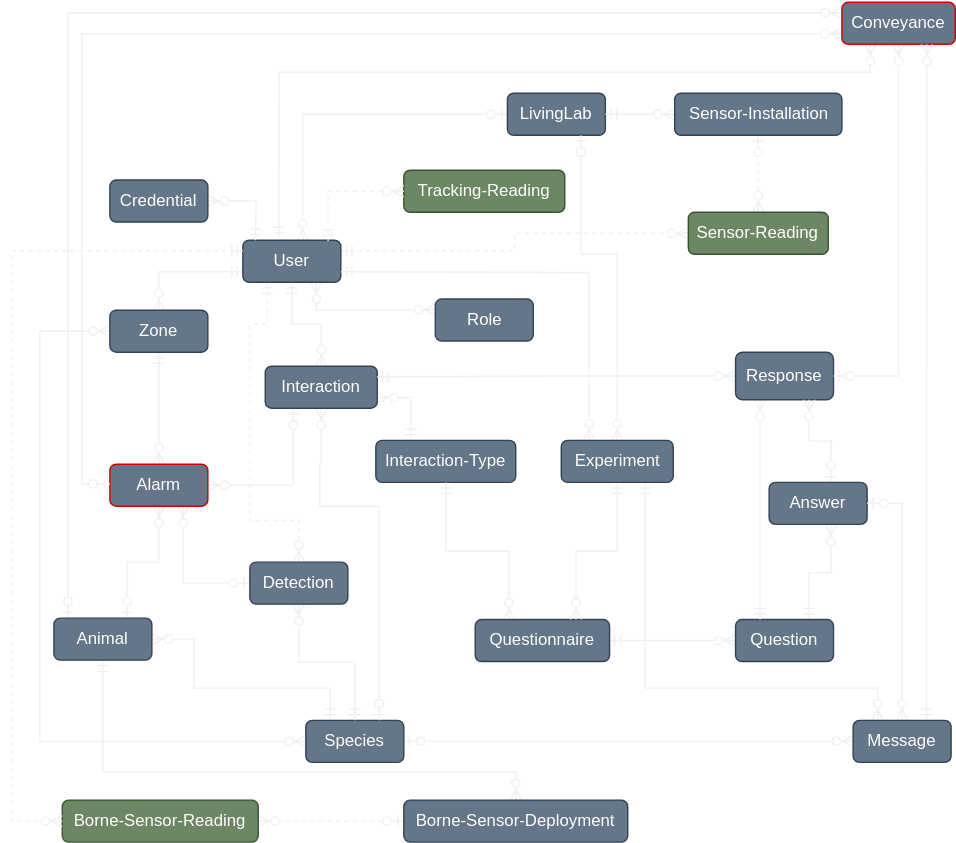
Before: docs/entity-relation-diagram.svg, a diagram exported from draw.io (UtrechtUniversity/wildlifenl). Source tidied: cells renumbered, new cells last; positions are measured from the earlier drawing's top-left corner, leaving out a move shared by most shapes.
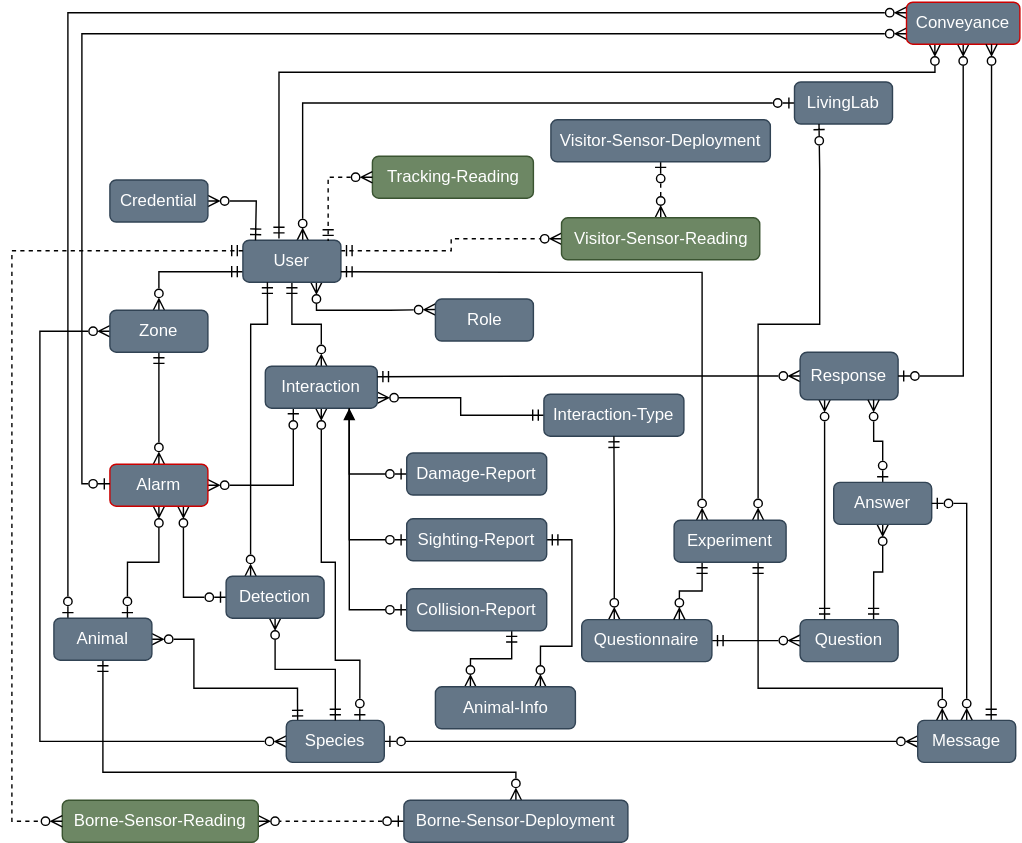
The same diagram one commit later.

The edit, as a diff of the source:
```diff
@@ -43,7 +43,7 @@
       <mxGeometry x="70" y="220" width="70" height="30" as="geometry" />
     </mxCell>
     <mxCell id="12" value="LivingLab" style="rounded=1;whiteSpace=wrap;html=1;fillColor=#647687;fontColor=#ffffff;strokeColor=#314354;" parent="1" vertex="1">
-      <mxGeometry x="354" y="65" width="70" height="30" as="geometry" />
+      <mxGeometry x="559" y="57" width="70" height="30" as="geometry" />
     </mxCell>
     <mxCell id="13" style="edgeStyle=orthogonalEdgeStyle;rounded=0;jettySize=auto;html=1;entryX=0.75;entryY=0;entryDx=0;entryDy=0;endArrow=ERzeroToOne;endFill=0;startArrow=ERzeroToMany;startFill=0;" parent="1" edge="1" source="16" target="21">
       <mxGeometry relative="1" as="geometry" />
@@ -57,12 +57,14 @@
     <mxCell id="16" value="Alarm" style="rounded=1;whiteSpace=wrap;html=1;fillColor=#647687;fontColor=#ffffff;strokeColor=#CC0000;" parent="1" vertex="1">
       <mxGeometry x="70" y="330" width="70" height="30" as="geometry" />
     </mxCell>
-    <mxCell id="17" style="edgeStyle=orthogonalEdgeStyle;rounded=0;jettySize=auto;html=1;endArrow=ERmandOne;endFill=0;startArrow=ERzeroToMany;startFill=0;entryX=0.25;entryY=0;entryDx=0;entryDy=0;exitX=1;exitY=0.5;exitDx=0;exitDy=0;" parent="1" edge="1" source="21" target="24">
+    <mxCell id="17" style="edgeStyle=orthogonalEdgeStyle;rounded=0;jettySize=auto;html=1;endArrow=ERmandOne;endFill=0;startArrow=ERzeroToMany;startFill=0;exitX=1;exitY=0.5;exitDx=0;exitDy=0;entryX=0.116;entryY=0.026;entryDx=0;entryDy=0;entryPerimeter=0;" parent="1" edge="1" source="21" target="24">
       <mxGeometry relative="1" as="geometry">
         <Array as="points">
           <mxPoint x="130" y="455" />
           <mxPoint x="130" y="490" />
-          <mxPoint x="228" y="490" />
+          <mxPoint x="204" y="490" />
+          <mxPoint x="204" y="500" />
+          <mxPoint x="204" y="500" />
         </Array>
       </mxGeometry>
     </mxCell>
@@ -94,26 +96,29 @@
       <mxGeometry relative="1" as="geometry" />
     </mxCell>
     <mxCell id="24" value="Species" style="rounded=1;whiteSpace=wrap;html=1;fillColor=#647687;fontColor=#ffffff;strokeColor=#314354;" parent="1" vertex="1">
-      <mxGeometry x="210" y="513" width="70" height="30" as="geometry" />
+      <mxGeometry x="196" y="513" width="70" height="30" as="geometry" />
     </mxCell>
     <mxCell id="25" style="edgeStyle=orthogonalEdgeStyle;rounded=0;jettySize=auto;html=1;entryX=0.75;entryY=0;entryDx=0;entryDy=0;endArrow=ERzeroToOne;endFill=0;startArrow=ERzeroToMany;startFill=0;exitX=0.5;exitY=1;exitDx=0;exitDy=0;" parent="1" edge="1" source="27" target="24">
       <mxGeometry relative="1" as="geometry">
         <Array as="points">
-          <mxPoint x="221" y="330" />
-          <mxPoint x="220" y="330" />
-          <mxPoint x="220" y="360" />
-          <mxPoint x="263" y="360" />
+          <mxPoint x="221" y="400" />
+          <mxPoint x="231" y="400" />
+          <mxPoint x="231" y="470" />
+          <mxPoint x="249" y="470" />
         </Array>
       </mxGeometry>
     </mxCell>
-    <mxCell id="26" style="edgeStyle=orthogonalEdgeStyle;rounded=0;jettySize=auto;html=1;entryX=0.25;entryY=0;entryDx=0;entryDy=0;endArrow=ERmandOne;endFill=0;startArrow=ERzeroToMany;startFill=0;exitX=1;exitY=0.75;exitDx=0;exitDy=0;" parent="1" edge="1" source="27" target="28">
+    <mxCell id="26" style="edgeStyle=orthogonalEdgeStyle;rounded=0;jettySize=auto;html=1;entryX=0;entryY=0.5;entryDx=0;entryDy=0;endArrow=ERmandOne;endFill=0;startArrow=ERzeroToMany;startFill=0;exitX=1;exitY=0.75;exitDx=0;exitDy=0;" parent="1" edge="1" source="27" target="28">
       <mxGeometry relative="1" as="geometry" />
     </mxCell>
+    <mxCell id="64" style="edgeStyle=orthogonalEdgeStyle;rounded=0;jettySize=auto;html=1;exitX=0.75;exitY=1;exitDx=0;exitDy=0;entryX=0;entryY=0.5;entryDx=0;entryDy=0;endArrow=ERzeroToOne;endFill=0;startArrow=block;startFill=1;" parent="1" edge="1" source="27" target="71">
+      <mxGeometry relative="1" as="geometry" />
+    </mxCell>
     <mxCell id="27" value="Interaction" style="rounded=1;whiteSpace=wrap;html=1;fillColor=#647687;fontColor=#ffffff;strokeColor=#314354;" parent="1" vertex="1">
       <mxGeometry x="181" y="260" width="80" height="30" as="geometry" />
     </mxCell>
     <mxCell id="28" value="Interaction-Type" style="rounded=1;whiteSpace=wrap;html=1;fillColor=#647687;fontColor=#ffffff;strokeColor=#314354;" parent="1" vertex="1">
-      <mxGeometry x="260" y="313" width="100" height="30" as="geometry" />
+      <mxGeometry x="380" y="280" width="100" height="30" as="geometry" />
     </mxCell>
     <mxCell id="29" style="edgeStyle=orthogonalEdgeStyle;rounded=0;jettySize=auto;html=1;entryX=0.5;entryY=1;entryDx=0;entryDy=0;endArrow=ERmandOne;endFill=0;startArrow=ERzeroToMany;startFill=0;exitX=0.25;exitY=0;exitDx=0;exitDy=0;" parent="1" edge="1" source="31" target="28">
       <mxGeometry relative="1" as="geometry" />
@@ -122,24 +127,19 @@
       <mxGeometry relative="1" as="geometry" />
     </mxCell>
     <mxCell id="31" value="Questionnaire" style="rounded=1;whiteSpace=wrap;html=1;fillColor=#647687;fontColor=#ffffff;strokeColor=#314354;" parent="1" vertex="1">
-      <mxGeometry x="331" y="441" width="96" height="30" as="geometry" />
+      <mxGeometry x="407" y="441" width="93" height="30" as="geometry" />
     </mxCell>
-    <mxCell id="32" style="edgeStyle=orthogonalEdgeStyle;rounded=0;jettySize=auto;html=1;entryX=0;entryY=0.5;entryDx=0;entryDy=0;endArrow=ERzeroToMany;endFill=0;startArrow=ERmandOne;startFill=0;exitX=1;exitY=0.5;exitDx=0;exitDy=0;" parent="1" edge="1" source="12" target="51">
-      <mxGeometry relative="1" as="geometry" />
-    </mxCell>
     <mxCell id="33" style="edgeStyle=orthogonalEdgeStyle;rounded=0;jettySize=auto;html=1;entryX=0.5;entryY=1;entryDx=0;entryDy=0;endArrow=ERzeroToOne;endFill=0;startArrow=ERzeroToMany;startFill=0;dashed=1;" parent="1" edge="1" source="34" target="51">
       <mxGeometry relative="1" as="geometry" />
     </mxCell>
-    <mxCell id="34" value="Sensor-Reading" style="rounded=1;whiteSpace=wrap;html=1;fillColor=#6d8764;strokeColor=#3A5431;fontColor=#ffffff;" parent="1" vertex="1">
-      <mxGeometry x="483.2" y="150" width="100" height="30" as="geometry" />
+    <mxCell id="34" value="Visitor-Sensor-Reading" style="rounded=1;whiteSpace=wrap;html=1;fillColor=#6d8764;strokeColor=#3A5431;fontColor=#ffffff;" parent="1" vertex="1">
+      <mxGeometry x="392.6" y="154" width="141.6" height="30" as="geometry" />
     </mxCell>
-    <mxCell id="35" style="edgeStyle=orthogonalEdgeStyle;rounded=0;jettySize=auto;html=1;entryX=0.5;entryY=1;entryDx=0;entryDy=0;endArrow=ERzeroToMany;endFill=0;startArrow=ERmandOne;startFill=0;exitX=0.75;exitY=0;exitDx=0;exitDy=0;" parent="1" edge="1" source="36">
-      <mxGeometry relative="1" as="geometry">
-        <mxPoint x="585" y="373" as="targetPoint" />
-      </mxGeometry>
+    <mxCell id="35" style="edgeStyle=orthogonalEdgeStyle;rounded=0;jettySize=auto;html=1;entryX=0.5;entryY=1;entryDx=0;entryDy=0;endArrow=ERzeroToMany;endFill=0;startArrow=ERmandOne;startFill=0;exitX=0.75;exitY=0;exitDx=0;exitDy=0;" parent="1" edge="1" source="36" target="41">
+      <mxGeometry relative="1" as="geometry" />
     </mxCell>
     <mxCell id="36" value="Question" style="rounded=1;whiteSpace=wrap;html=1;fillColor=#647687;fontColor=#ffffff;strokeColor=#314354;" parent="1" vertex="1">
-      <mxGeometry x="517" y="441" width="70" height="30" as="geometry" />
+      <mxGeometry x="563" y="441" width="70" height="30" as="geometry" />
     </mxCell>
     <mxCell id="37" style="edgeStyle=orthogonalEdgeStyle;rounded=0;jettySize=auto;html=1;entryX=1;entryY=0.25;entryDx=0;entryDy=0;endArrow=ERmandOne;endFill=0;startArrow=ERzeroToMany;startFill=0;" parent="1" edge="1" source="39" target="27">
       <mxGeometry relative="1" as="geometry" />
@@ -148,20 +148,18 @@
       <mxGeometry relative="1" as="geometry" />
     </mxCell>
     <mxCell id="39" value="Response" style="rounded=1;whiteSpace=wrap;html=1;fillColor=#647687;fontColor=#ffffff;strokeColor=#314354;" parent="1" vertex="1">
-      <mxGeometry x="517" y="250" width="70" height="34" as="geometry" />
+      <mxGeometry x="563" y="250" width="70" height="34" as="geometry" />
     </mxCell>
-    <mxCell id="40" style="edgeStyle=orthogonalEdgeStyle;rounded=0;jettySize=auto;html=1;entryX=0.75;entryY=1;entryDx=0;entryDy=0;endArrow=ERzeroToMany;endFill=0;startArrow=ERzeroToOne;startFill=0;" parent="1" edge="1" target="39">
-      <mxGeometry relative="1" as="geometry">
-        <mxPoint x="585" y="343" as="sourcePoint" />
-      </mxGeometry>
+    <mxCell id="40" style="edgeStyle=orthogonalEdgeStyle;rounded=0;jettySize=auto;html=1;entryX=0.75;entryY=1;entryDx=0;entryDy=0;endArrow=ERzeroToMany;endFill=0;startArrow=ERzeroToOne;startFill=0;exitX=0.5;exitY=0;exitDx=0;exitDy=0;" parent="1" edge="1" source="41" target="39">
+      <mxGeometry relative="1" as="geometry" />
     </mxCell>
     <mxCell id="41" value="Answer" style="rounded=1;whiteSpace=wrap;html=1;fillColor=#647687;fontColor=#ffffff;strokeColor=#314354;" parent="1" vertex="1">
-      <mxGeometry x="541" y="343" width="70" height="30" as="geometry" />
+      <mxGeometry x="587" y="343" width="70" height="30" as="geometry" />
     </mxCell>
     <mxCell id="42" style="edgeStyle=orthogonalEdgeStyle;rounded=0;jettySize=auto;html=1;endArrow=ERmandOne;endFill=0;startArrow=ERzeroToMany;startFill=0;entryX=0.368;entryY=-0.041;entryDx=0;entryDy=0;entryPerimeter=0;exitX=0.25;exitY=1;exitDx=0;exitDy=0;" parent="1" edge="1" source="45" target="7">
       <mxGeometry relative="1" as="geometry">
         <Array as="points">
-          <mxPoint x="613" y="50" />
+          <mxPoint x="659" y="50" />
           <mxPoint x="191" y="50" />
         </Array>
       </mxGeometry>
@@ -179,7 +177,7 @@
       <mxGeometry relative="1" as="geometry" />
     </mxCell>
     <mxCell id="45" value="Conveyance" style="rounded=1;whiteSpace=wrap;html=1;fillColor=#647687;fontColor=#ffffff;strokeColor=#CC0000;" parent="1" vertex="1">
-      <mxGeometry x="593" width="81" height="30" as="geometry" />
+      <mxGeometry x="639" width="81" height="30" as="geometry" />
     </mxCell>
     <mxCell id="46" style="edgeStyle=orthogonalEdgeStyle;rounded=0;jettySize=auto;html=1;entryX=1;entryY=0.5;entryDx=0;entryDy=0;exitX=0.5;exitY=0;exitDx=0;exitDy=0;endArrow=ERzeroToOne;endFill=0;startArrow=ERzeroToMany;startFill=0;" parent="1" edge="1" source="49" target="41">
       <mxGeometry relative="1" as="geometry" />
@@ -187,25 +185,25 @@
     <mxCell id="47" style="edgeStyle=orthogonalEdgeStyle;rounded=0;jettySize=auto;html=1;entryX=0.75;entryY=1;entryDx=0;entryDy=0;startArrow=ERmandOne;startFill=0;endArrow=ERzeroToMany;endFill=0;exitX=0.75;exitY=0;exitDx=0;exitDy=0;" parent="1" edge="1" source="49" target="45">
       <mxGeometry relative="1" as="geometry" />
     </mxCell>
-    <mxCell id="48" style="edgeStyle=orthogonalEdgeStyle;rounded=0;jettySize=auto;html=1;entryX=0.75;entryY=1;entryDx=0;entryDy=0;exitX=0.25;exitY=0;exitDx=0;exitDy=0;endArrow=ERmandOne;endFill=0;startArrow=ERzeroToMany;startFill=0;" parent="1" edge="1" source="49" target="60">
+    <mxCell id="48" style="edgeStyle=orthogonalEdgeStyle;rounded=0;jettySize=auto;html=1;exitX=0.25;exitY=0;exitDx=0;exitDy=0;endArrow=ERmandOne;endFill=0;startArrow=ERzeroToMany;startFill=0;entryX=0.75;entryY=1;entryDx=0;entryDy=0;" parent="1" edge="1" source="49" target="60">
       <mxGeometry relative="1" as="geometry">
         <Array as="points">
           <mxPoint x="619" y="490" />
-          <mxPoint x="453" y="490" />
+          <mxPoint x="488" y="490" />
         </Array>
       </mxGeometry>
     </mxCell>
     <mxCell id="49" value="Message" style="rounded=1;whiteSpace=wrap;html=1;fillColor=#647687;fontColor=#ffffff;strokeColor=#314354;" parent="1" vertex="1">
-      <mxGeometry x="601" y="513" width="70" height="30" as="geometry" />
+      <mxGeometry x="647" y="513" width="70" height="30" as="geometry" />
     </mxCell>
     <mxCell id="50" value="Borne-Sensor-Deployment" style="rounded=1;whiteSpace=wrap;html=1;fillColor=#647687;fontColor=#ffffff;strokeColor=#314354;" parent="1" vertex="1">
       <mxGeometry x="280" y="570" width="160" height="30" as="geometry" />
     </mxCell>
-    <mxCell id="51" value="Sensor-Installation" style="rounded=1;whiteSpace=wrap;html=1;fillColor=#647687;fontColor=#ffffff;strokeColor=#314354;" parent="1" vertex="1">
-      <mxGeometry x="473.5" y="65" width="119.5" height="30" as="geometry" />
+    <mxCell id="51" value="Visitor-Sensor-Deployment" style="rounded=1;whiteSpace=wrap;html=1;fillColor=#647687;fontColor=#ffffff;strokeColor=#314354;" parent="1" vertex="1">
+      <mxGeometry x="385" y="84" width="156.8" height="30" as="geometry" />
     </mxCell>
     <mxCell id="52" value="Tracking-Reading" style="rounded=1;whiteSpace=wrap;html=1;fillColor=#6d8764;strokeColor=#3A5431;fontColor=#ffffff;" parent="1" vertex="1">
-      <mxGeometry x="280" y="120" width="115" height="30" as="geometry" />
+      <mxGeometry x="257.5" y="110" width="115" height="30" as="geometry" />
     </mxCell>
     <mxCell id="53" style="edgeStyle=orthogonalEdgeStyle;rounded=0;jettySize=auto;html=1;endArrow=ERmandOne;endFill=0;startArrow=ERzeroToMany;startFill=0;dashed=1;entryX=0.87;entryY=0.019;entryDx=0;entryDy=0;entryPerimeter=0;" parent="1" edge="1" source="52" target="7">
       <mxGeometry relative="1" as="geometry" />
@@ -213,27 +211,27 @@
     <mxCell id="54" style="edgeStyle=orthogonalEdgeStyle;rounded=0;jettySize=auto;html=1;entryX=0.5;entryY=0;entryDx=0;entryDy=0;endArrow=ERmandOne;endFill=0;startArrow=ERzeroToMany;startFill=0;" parent="1" edge="1" source="56" target="24">
       <mxGeometry relative="1" as="geometry" />
     </mxCell>
-    <mxCell id="55" style="edgeStyle=orthogonalEdgeStyle;rounded=0;jettySize=auto;html=1;entryX=0.25;entryY=1;entryDx=0;entryDy=0;endArrow=ERmandOne;endFill=0;startArrow=ERzeroToMany;startFill=0;dashed=1;" parent="1" edge="1" source="56" target="7">
+    <mxCell id="55" style="edgeStyle=orthogonalEdgeStyle;rounded=0;jettySize=auto;html=1;entryX=0.25;entryY=1;entryDx=0;entryDy=0;endArrow=ERmandOne;endFill=0;startArrow=ERzeroToMany;startFill=0;exitX=0.25;exitY=0;exitDx=0;exitDy=0;" parent="1" edge="1" source="56" target="7">
       <mxGeometry relative="1" as="geometry">
         <Array as="points">
-          <mxPoint x="205" y="370" />
-          <mxPoint x="170" y="370" />
+          <mxPoint x="170" y="410" />
           <mxPoint x="170" y="230" />
-          <mxPoint x="183" y="230" />
+          <mxPoint x="182" y="230" />
         </Array>
       </mxGeometry>
     </mxCell>
     <mxCell id="56" value="Detection" style="rounded=1;whiteSpace=wrap;html=1;fillColor=#647687;fontColor=#ffffff;strokeColor=#314354;" parent="1" vertex="1">
-      <mxGeometry x="170" y="400" width="70" height="30" as="geometry" />
+      <mxGeometry x="153" y="410" width="70" height="30" as="geometry" />
     </mxCell>
-    <mxCell id="57" style="edgeStyle=orthogonalEdgeStyle;rounded=0;jettySize=auto;html=1;entryX=0.75;entryY=0;entryDx=0;entryDy=0;endArrow=ERzeroToMany;endFill=0;startArrow=ERmandOne;startFill=0;" parent="1" edge="1" source="60" target="31">
+    <mxCell id="57" style="edgeStyle=orthogonalEdgeStyle;rounded=0;jettySize=auto;html=1;entryX=0.75;entryY=0;entryDx=0;entryDy=0;endArrow=ERzeroToMany;endFill=0;startArrow=ERmandOne;startFill=0;exitX=0.25;exitY=1;exitDx=0;exitDy=0;" parent="1" edge="1" source="60" target="31">
       <mxGeometry relative="1" as="geometry" />
     </mxCell>
-    <mxCell id="58" style="edgeStyle=orthogonalEdgeStyle;rounded=0;jettySize=auto;html=1;entryX=0.75;entryY=1;entryDx=0;entryDy=0;endArrow=ERzeroToOne;endFill=0;startArrow=ERzeroToMany;startFill=0;exitX=0.5;exitY=0;exitDx=0;exitDy=0;" parent="1" edge="1" source="60" target="12">
+    <mxCell id="58" style="edgeStyle=orthogonalEdgeStyle;rounded=0;jettySize=auto;html=1;endArrow=ERzeroToOne;endFill=0;startArrow=ERzeroToMany;startFill=0;exitX=0.75;exitY=0;exitDx=0;exitDy=0;entryX=0.25;entryY=1;entryDx=0;entryDy=0;" parent="1" edge="1" source="60" target="12">
       <mxGeometry relative="1" as="geometry">
         <Array as="points">
-          <mxPoint x="432" y="180" />
-          <mxPoint x="406" y="180" />
+          <mxPoint x="533" y="230" />
+          <mxPoint x="577" y="230" />
+          <mxPoint x="577" y="120" />
         </Array>
       </mxGeometry>
     </mxCell>
@@ -246,7 +244,7 @@
       </mxGeometry>
     </mxCell>
     <mxCell id="60" value="Experiment" style="rounded=1;whiteSpace=wrap;html=1;fillColor=#647687;fontColor=#ffffff;strokeColor=#314354;" parent="1" vertex="1">
-      <mxGeometry x="392.5" y="313" width="80" height="30" as="geometry" />
+      <mxGeometry x="473" y="370" width="80" height="30" as="geometry" />
     </mxCell>
     <mxCell id="61" style="edgeStyle=orthogonalEdgeStyle;rounded=0;jettySize=auto;html=1;endArrow=ERmandOne;endFill=0;startArrow=ERzeroToMany;startFill=0;" parent="1" edge="1" source="62">
       <mxGeometry relative="1" as="geometry">
@@ -264,5 +262,41 @@
         </Array>
       </mxGeometry>
     </mxCell>
+    <mxCell id="65" style="edgeStyle=orthogonalEdgeStyle;rounded=0;jettySize=auto;html=1;entryX=0.25;entryY=0;entryDx=0;entryDy=0;endArrow=ERzeroToMany;endFill=0;startArrow=ERmandOne;startFill=0;exitX=0.75;exitY=1;exitDx=0;exitDy=0;" parent="1" edge="1" source="67" target="72">
+      <mxGeometry relative="1" as="geometry" />
+    </mxCell>
+    <mxCell id="66" style="edgeStyle=orthogonalEdgeStyle;rounded=0;jettySize=auto;html=1;exitX=0;exitY=0.5;exitDx=0;exitDy=0;endArrow=none;endFill=0;startFill=0;startArrow=ERzeroToOne;" parent="1" edge="1" source="67">
+      <mxGeometry relative="1" as="geometry">
+        <mxPoint x="240" y="290" as="targetPoint" />
+        <Array as="points">
+          <mxPoint x="241" y="434" />
+          <mxPoint x="241" y="290" />
+        </Array>
+      </mxGeometry>
+    </mxCell>
+    <mxCell id="67" value="Collision-Report" style="rounded=1;whiteSpace=wrap;html=1;fillColor=#647687;fontColor=#ffffff;strokeColor=#314354;" parent="1" vertex="1">
+      <mxGeometry x="282" y="419" width="100" height="30" as="geometry" />
+    </mxCell>
+    <mxCell id="68" style="edgeStyle=orthogonalEdgeStyle;rounded=0;jettySize=auto;html=1;entryX=0.75;entryY=0;entryDx=0;entryDy=0;exitX=1;exitY=0.5;exitDx=0;exitDy=0;endArrow=ERzeroToMany;endFill=0;startArrow=ERmandOne;startFill=0;" parent="1" edge="1" source="70" target="72">
+      <mxGeometry relative="1" as="geometry">
+        <Array as="points">
+          <mxPoint x="400" y="384" />
+          <mxPoint x="400" y="460" />
+          <mxPoint x="377" y="460" />
+        </Array>
+      </mxGeometry>
+    </mxCell>
+    <mxCell id="69" style="edgeStyle=orthogonalEdgeStyle;rounded=0;jettySize=auto;html=1;exitX=0;exitY=0.5;exitDx=0;exitDy=0;entryX=0.75;entryY=1;entryDx=0;entryDy=0;endArrow=none;startFill=0;startArrow=ERzeroToOne;" parent="1" edge="1" source="70" target="27">
+      <mxGeometry relative="1" as="geometry" />
+    </mxCell>
+    <mxCell id="70" value="Sighting-Report" style="rounded=1;whiteSpace=wrap;html=1;fillColor=#647687;fontColor=#ffffff;strokeColor=#314354;" parent="1" vertex="1">
+      <mxGeometry x="282" y="369" width="100" height="30" as="geometry" />
+    </mxCell>
+    <mxCell id="71" value="Damage-Report" style="rounded=1;whiteSpace=wrap;html=1;fillColor=#647687;fontColor=#ffffff;strokeColor=#314354;" parent="1" vertex="1">
+      <mxGeometry x="282" y="322" width="100" height="30" as="geometry" />
+    </mxCell>
+    <mxCell id="72" value="Animal-Info" style="rounded=1;whiteSpace=wrap;html=1;fillColor=#647687;fontColor=#ffffff;strokeColor=#314354;" parent="1" vertex="1">
+      <mxGeometry x="302.5" y="489" width="100" height="30" as="geometry" />
+    </mxCell>
   </root>
 </mxGraphModel>
```
